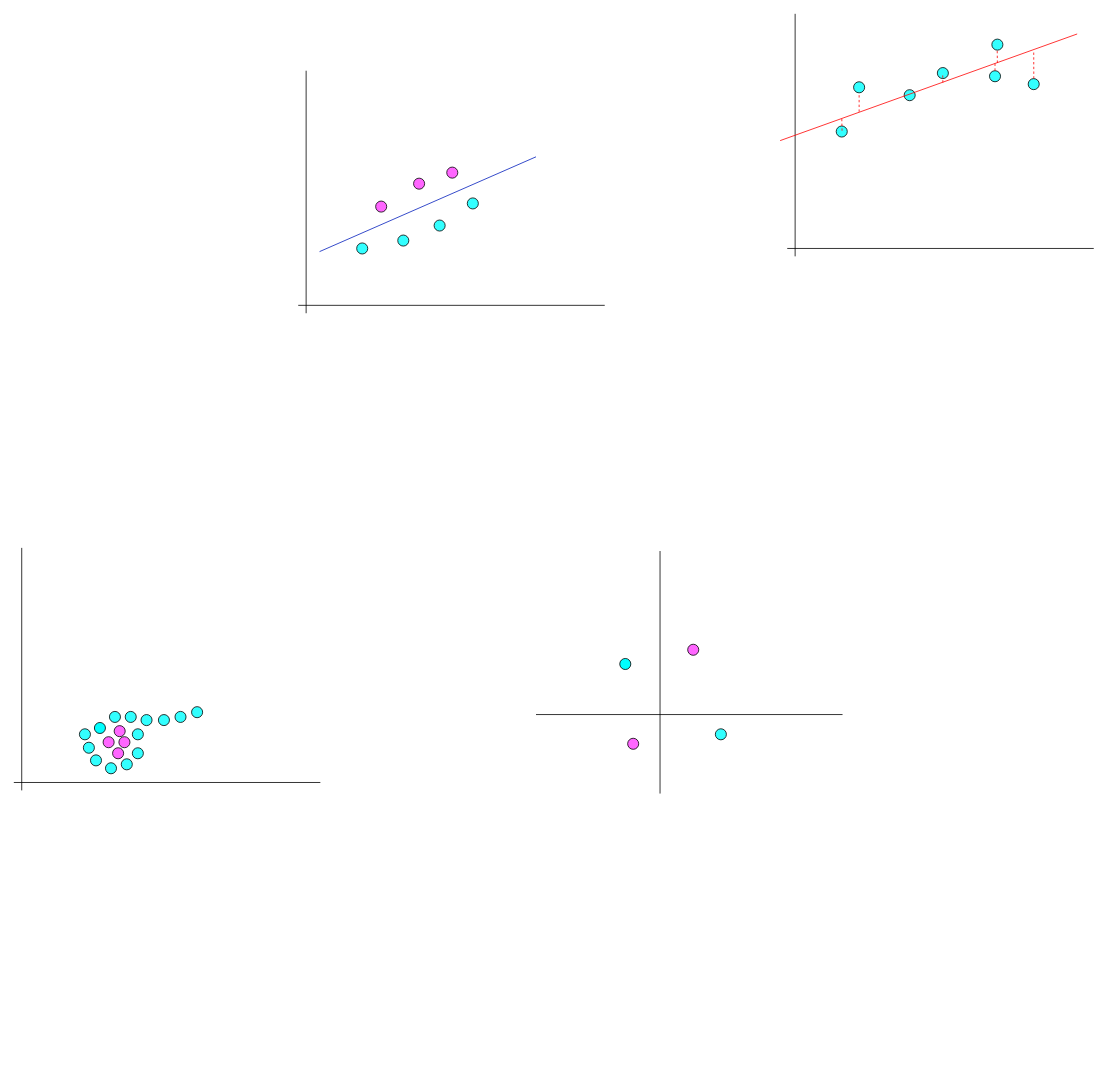
Above: docs/images/soucre/人工智能.drawio in 497983606/wangyesheji (draw.io), before the change. Source tidied: cells renumbered, new cells numbered last; positions are measured from the earlier drawing's top-left corner, leaving out a move shared by most shapes. Both pictures are drawn from the tidied source at 79%, with x=0, y=0 at pixel (13, 13).
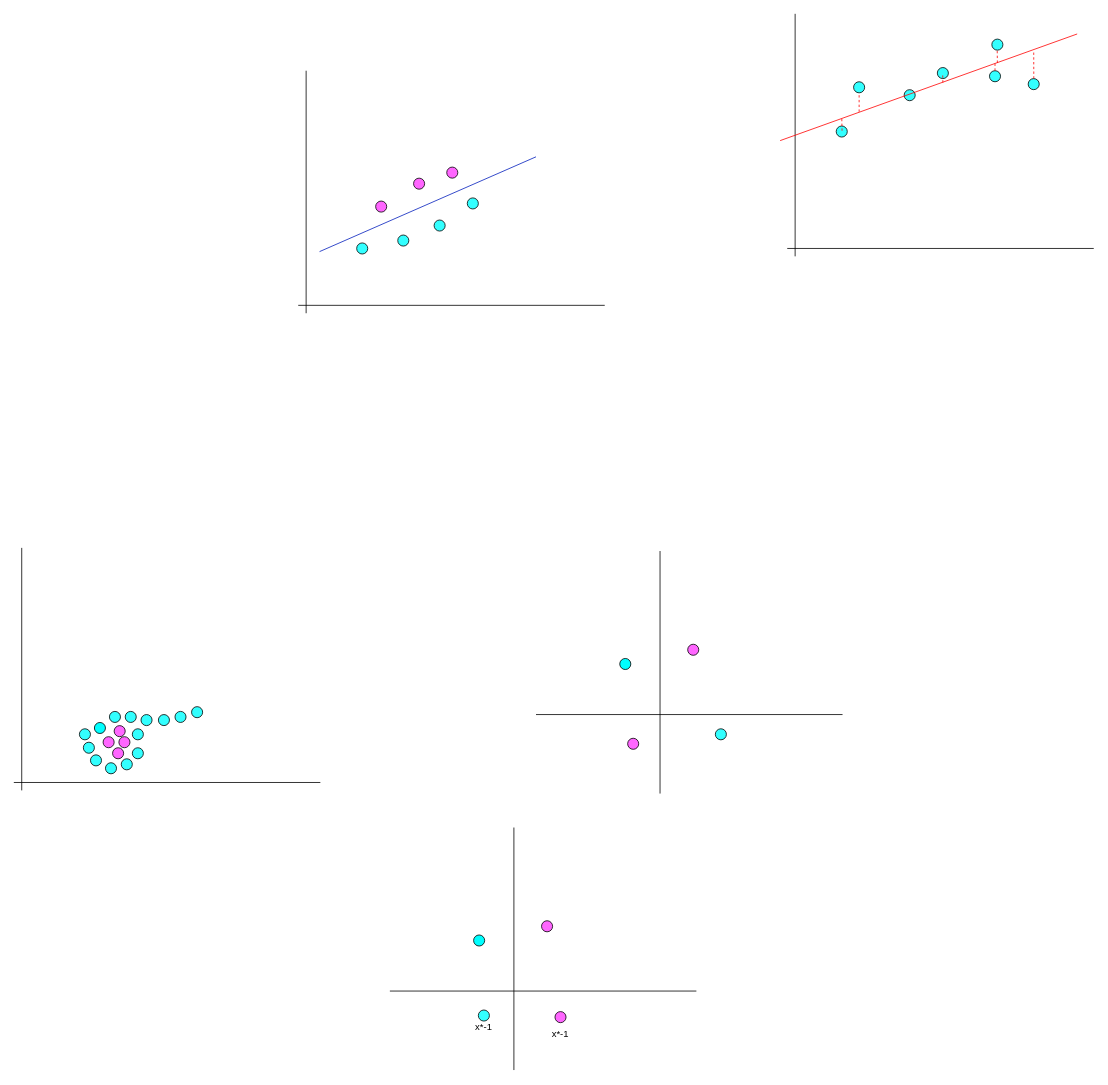
The same diagram, later.

Change to the diagram source:
```diff
@@
+    <mxCell id="54" style="endArrow=none;html=1;" parent="1" edge="1">
+      <mxGeometry relative="1" as="geometry">
+        <mxPoint x="476" y="1237" as="sourcePoint" />
+        <mxPoint x="864" y="1237" as="targetPoint" />
+      </mxGeometry>
+    </mxCell>
+    <mxCell id="55" style="endArrow=none;html=1;" parent="1" edge="1">
+      <mxGeometry relative="1" as="geometry">
+        <mxPoint x="633" y="1337" as="sourcePoint" />
+        <mxPoint x="633" y="1030" as="targetPoint" />
+      </mxGeometry>
+    </mxCell>
+    <mxCell id="56" value="&amp;nbsp; &amp;nbsp; &amp;nbsp; &lt;br&gt;&lt;br&gt;x*-1" style="ellipse;whiteSpace=wrap;html=1;fillColor=#33FFFF;" parent="1" vertex="1">
+      <mxGeometry x="588" y="1261" width="14" height="14" as="geometry" />
+    </mxCell>
+    <mxCell id="57" value="&lt;br&gt;&lt;br&gt;&lt;br&gt;x*-1" style="ellipse;whiteSpace=wrap;html=1;fillColor=#FF66FF;" parent="1" vertex="1">
+      <mxGeometry x="685" y="1263" width="14" height="14" as="geometry" />
+    </mxCell>
+    <mxCell id="58" style="ellipse;whiteSpace=wrap;html=1;fillColor=#00FFFF;" parent="1" vertex="1">
+      <mxGeometry x="582" y="1166" width="14" height="14" as="geometry" />
+    </mxCell>
+    <mxCell id="59" style="ellipse;whiteSpace=wrap;html=1;fillColor=#FF66FF;" parent="1" vertex="1">
+      <mxGeometry x="668" y="1148" width="14" height="14" as="geometry" />
+    </mxCell>
```
